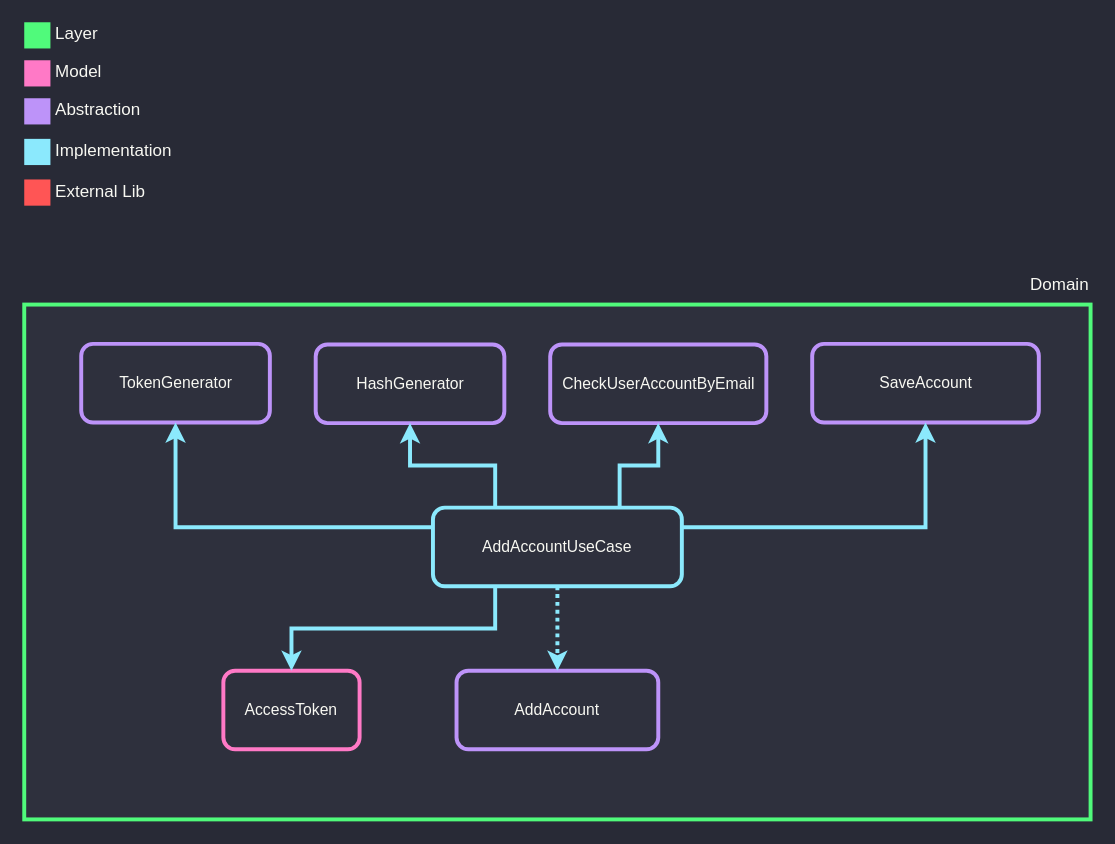
alexandrevoliveira/engemanapi keeps this draw.io diagram as documentation/signup/dependencies.drawio. Above is the earlier version. Source tidied: cells renumbered, new cells numbered last; positions are measured from the earlier drawing's top-left corner, leaving out a move shared by most shapes. Both pictures are drawn from the tidied source at 131%, with x=0, y=0 at pixel (24, 21).
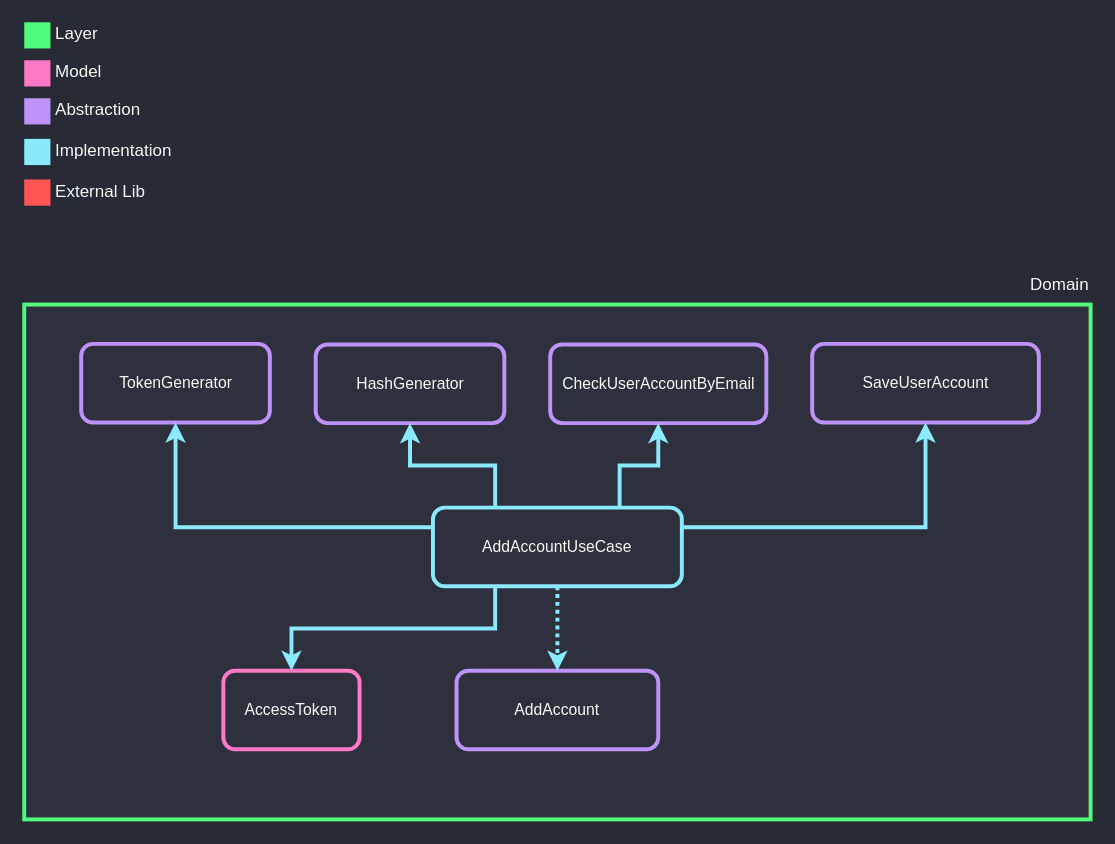
The same page after the edit.

Commit message:
docs: update AddAccount dependency diagrams

Diff of the diagram source:
```diff
@@
-    <mxCell id="18" value="SaveAccount" style="rounded=1;whiteSpace=wrap;html=1;strokeColor=#BD93F9;fillColor=#2E303D;strokeWidth=3;fontColor=#F8F8F2;" parent="1" vertex="1">
+    <mxCell id="18" value="SaveUserAccount" style="rounded=1;whiteSpace=wrap;html=1;strokeColor=#BD93F9;fillColor=#2E303D;strokeWidth=3;fontColor=#F8F8F2;" parent="1" vertex="1">
       <mxGeometry x="601.5" y="246" width="173" height="60" as="geometry" />
     </mxCell>
```
